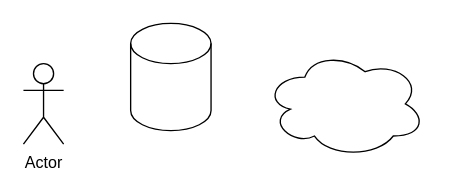
This is test.drawio from jtuttas/moodle_gitlab, a draw.io file, before an edit. Source tidied: cells renumbered, new cells numbered last; positions are measured from the earlier drawing's top-left corner, leaving out a move shared by most shapes. Both pictures are drawn from the tidied source at 134%, with x=0, y=0 at pixel (23, 23).
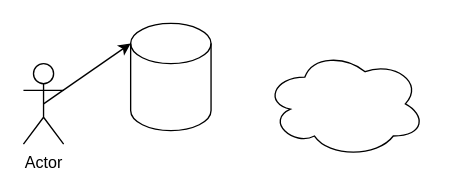
Above is the later version.

The edit, as a diff of the source:
```diff
@@
 <mxGraphModel>
   <root>
     <mxCell id="0" />
     <mxCell id="1" parent="0" />
     <mxCell id="2" style="shape=cylinder3;whiteSpace=wrap;html=1;boundedLbl=1;backgroundOutline=1;size=15;" parent="1" vertex="1">
       <mxGeometry x="80" width="60" height="80" as="geometry" />
     </mxCell>
     <mxCell id="3" style="ellipse;shape=cloud;whiteSpace=wrap;html=1;" parent="1" vertex="1">
       <mxGeometry x="180" y="20" width="120" height="80" as="geometry" />
     </mxCell>
+    <mxCell id="5" style="edgeStyle=none;html=1;exitX=0.5;exitY=0.5;exitDx=0;exitDy=0;exitPerimeter=0;entryX=0;entryY=0;entryDx=0;entryDy=15;entryPerimeter=0;" parent="1" edge="1" source="4" target="2">
+      <mxGeometry relative="1" as="geometry" />
+    </mxCell>
     <mxCell id="4" value="Actor" style="shape=umlActor;verticalLabelPosition=bottom;verticalAlign=top;html=1;outlineConnect=0;" parent="1" vertex="1">
       <mxGeometry y="30" width="30" height="60" as="geometry" />
     </mxCell>
   </root>
 </mxGraphModel>
```
